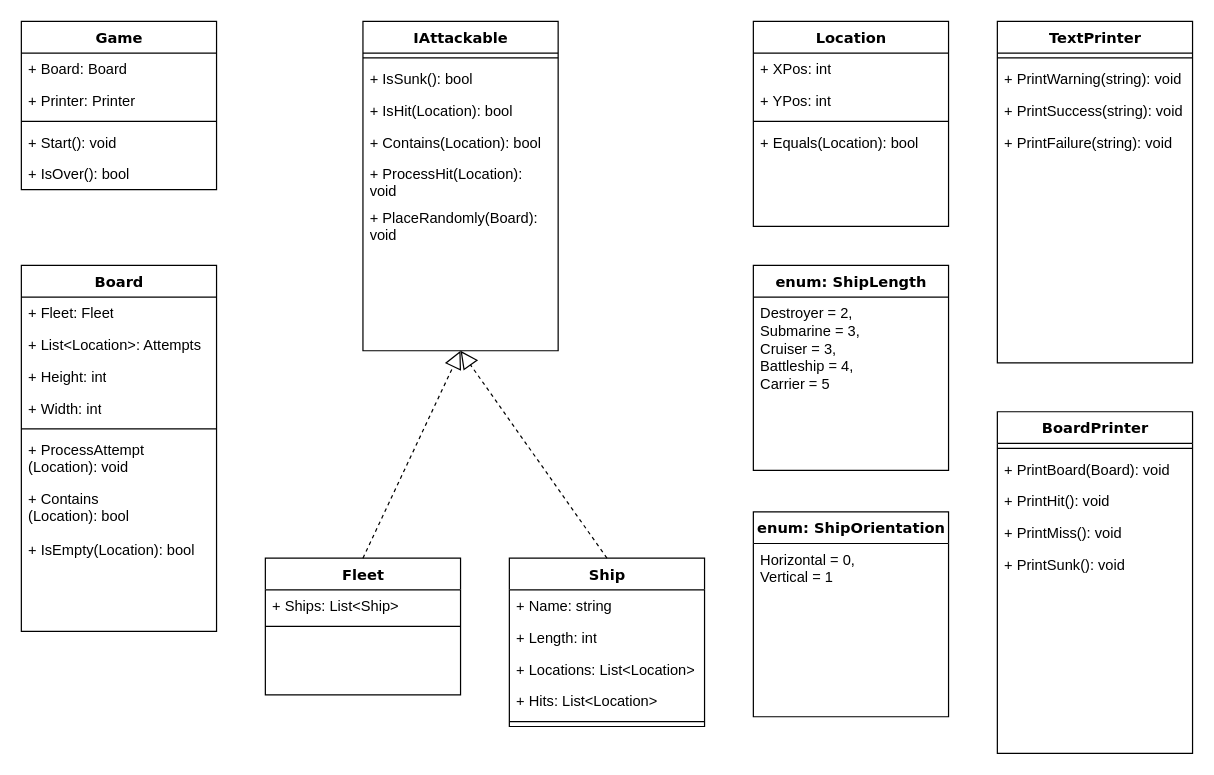
Above: BattleshipCSharp/Class Diagram.drawio in davidabrowning/battleship-csharp (draw.io), before the change. Source tidied: cells renumbered, new cells numbered last; positions are measured from the earlier drawing's top-left corner, leaving out a move shared by most shapes. Both pictures are drawn from the tidied source at 122%, with x=0, y=0 at pixel (21, 21).
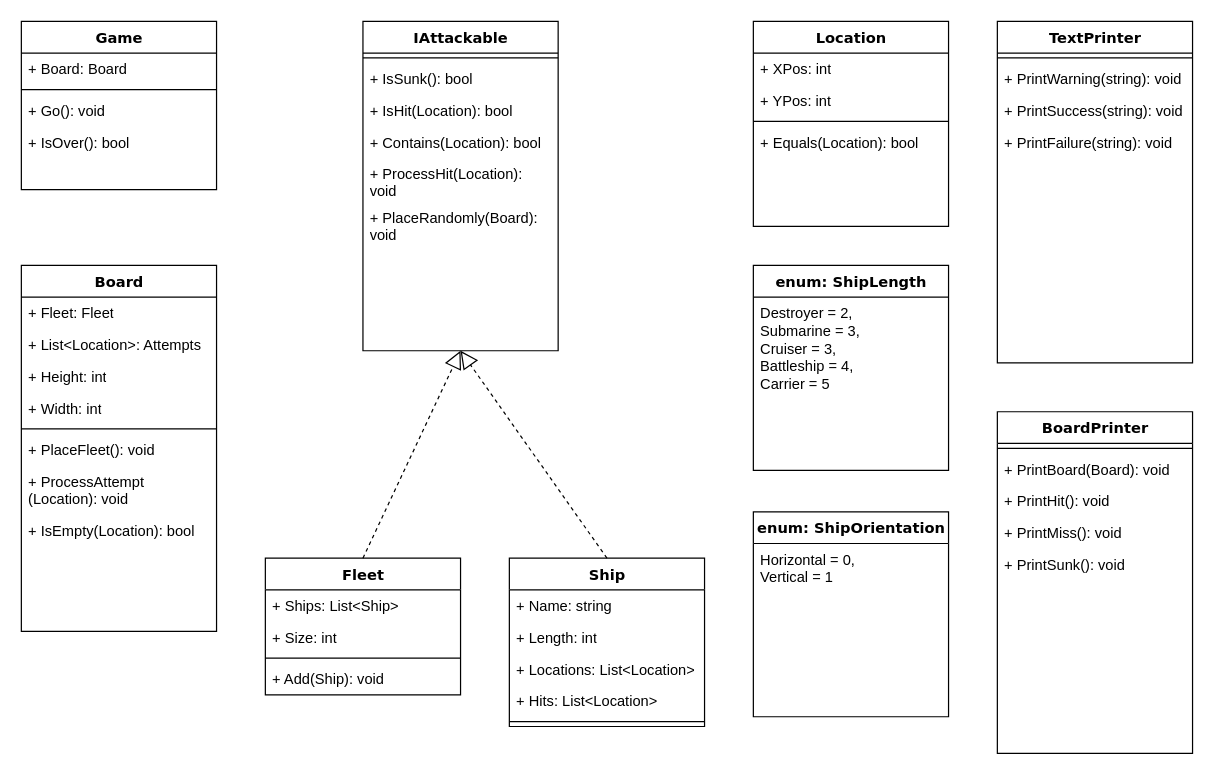
The same diagram, later.

Unchanged cells that the change refers to:
```xml
<mxCell id="2" value="Game" style="swimlane;html=1;fontStyle=1;align=center;verticalAlign=top;horizontal=1;startSize=26;swimlaneFillColor=#ffffff;rounded=0;shadow=0;comic=0;labelBackgroundColor=none;strokeWidth=1;fillColor=none;fontFamily=Verdana;fontSize=12;" parent="1" vertex="1">
  <mxGeometry width="160" height="138" as="geometry" />
</mxCell>
<mxCell id="8" value="Fleet" style="swimlane;html=1;fontStyle=1;align=center;verticalAlign=top;horizontal=1;startSize=26;swimlaneFillColor=#ffffff;rounded=0;shadow=0;comic=0;labelBackgroundColor=none;strokeWidth=1;fillColor=none;fontFamily=Verdana;fontSize=12;" parent="1" vertex="1">
  <mxGeometry x="200" y="440" width="160" height="112" as="geometry" />
</mxCell>
<mxCell id="17" value="Board" style="swimlane;html=1;fontStyle=1;align=center;verticalAlign=top;horizontal=1;startSize=26;swimlaneFillColor=#ffffff;rounded=0;shadow=0;comic=0;labelBackgroundColor=none;strokeWidth=1;fillColor=none;fontFamily=Verdana;fontSize=12;" parent="1" vertex="1">
  <mxGeometry y="200" width="160" height="300" as="geometry" />
</mxCell>
```

Diff of the diagram source:
```diff
@@
-    <mxCell id="4" value="+ Printer: Printer" style="text;html=1;strokeColor=none;fillColor=none;align=left;verticalAlign=top;spacingLeft=4;spacingRight=4;whiteSpace=wrap;overflow=hidden;" parent="2" vertex="1">
-      <mxGeometry y="52" width="160" height="26" as="geometry" />
-    </mxCell>
     <mxCell id="5" style="line;html=1;strokeWidth=1;fillColor=none;align=left;verticalAlign=middle;spacingTop=-1;spacingLeft=3;spacingRight=3;labelPosition=right;" parent="2" vertex="1">
-      <mxGeometry y="78" width="160" height="8" as="geometry" />
+      <mxGeometry y="52" width="160" height="8" as="geometry" />
     </mxCell>
-    <mxCell id="6" value="+ Start(): void" style="text;html=1;strokeColor=none;fillColor=none;align=left;verticalAlign=top;spacingLeft=4;spacingRight=4;whiteSpace=wrap;overflow=hidden;" parent="2" vertex="1">
-      <mxGeometry y="86" width="160" height="26" as="geometry" />
+    <mxCell id="6" value="+ Go(): void" style="text;html=1;strokeColor=none;fillColor=none;align=left;verticalAlign=top;spacingLeft=4;spacingRight=4;whiteSpace=wrap;overflow=hidden;" parent="2" vertex="1">
+      <mxGeometry y="60" width="160" height="26" as="geometry" />
     </mxCell>
     <mxCell id="7" value="+ IsOver(): bool" style="text;html=1;strokeColor=none;fillColor=none;align=left;verticalAlign=top;spacingLeft=4;spacingRight=4;whiteSpace=wrap;overflow=hidden;" parent="2" vertex="1">
-      <mxGeometry y="112" width="160" height="26" as="geometry" />
+      <mxGeometry y="86" width="160" height="26" as="geometry" />
     </mxCell>
@@
+    <mxCell id="55" value="+ Size: int" style="text;html=1;strokeColor=none;fillColor=none;align=left;verticalAlign=top;spacingLeft=4;spacingRight=4;whiteSpace=wrap;overflow=hidden;" parent="8" vertex="1">
+      <mxGeometry y="52" width="160" height="26" as="geometry" />
+    </mxCell>
     <mxCell id="10" style="line;html=1;strokeWidth=1;fillColor=none;align=left;verticalAlign=middle;spacingTop=-1;spacingLeft=3;spacingRight=3;labelPosition=right;" parent="8" vertex="1">
-      <mxGeometry y="52" width="160" height="8" as="geometry" />
+      <mxGeometry y="78" width="160" height="8" as="geometry" />
     </mxCell>
+    <mxCell id="56" value="+ Add(Ship): void" style="text;html=1;strokeColor=none;fillColor=none;align=left;verticalAlign=top;spacingLeft=4;spacingRight=4;whiteSpace=wrap;overflow=hidden;" parent="8" vertex="1">
+      <mxGeometry y="86" width="160" height="26" as="geometry" />
+    </mxCell>
@@
+    <mxCell id="57" value="+ PlaceFleet(): void" style="text;html=1;strokeColor=none;fillColor=none;align=left;verticalAlign=top;spacingLeft=4;spacingRight=4;whiteSpace=wrap;overflow=hidden;" parent="17" vertex="1">
+      <mxGeometry y="138" width="160" height="26" as="geometry" />
+    </mxCell>
     <mxCell id="23" value="+ ProcessAttempt (Location): void" style="text;html=1;strokeColor=none;fillColor=none;align=left;verticalAlign=top;spacingLeft=4;spacingRight=4;whiteSpace=wrap;overflow=hidden;" parent="17" vertex="1">
-      <mxGeometry y="138" width="160" height="40" as="geometry" />
+      <mxGeometry y="164" width="160" height="40" as="geometry" />
     </mxCell>
-    <mxCell id="24" value="+ Contains&lt;div&gt;(Location): bool&lt;/div&gt;" style="text;html=1;strokeColor=none;fillColor=none;align=left;verticalAlign=top;spacingLeft=4;spacingRight=4;whiteSpace=wrap;overflow=hidden;" parent="17" vertex="1">
-      <mxGeometry y="178" width="160" height="42" as="geometry" />
-    </mxCell>
     <mxCell id="25" value="+ IsEmpty(Location): bool" style="text;html=1;strokeColor=none;fillColor=none;align=left;verticalAlign=top;spacingLeft=4;spacingRight=4;whiteSpace=wrap;overflow=hidden;" parent="17" vertex="1">
-      <mxGeometry y="220" width="160" height="26" as="geometry" />
+      <mxGeometry y="204" width="160" height="26" as="geometry" />
     </mxCell>
```
